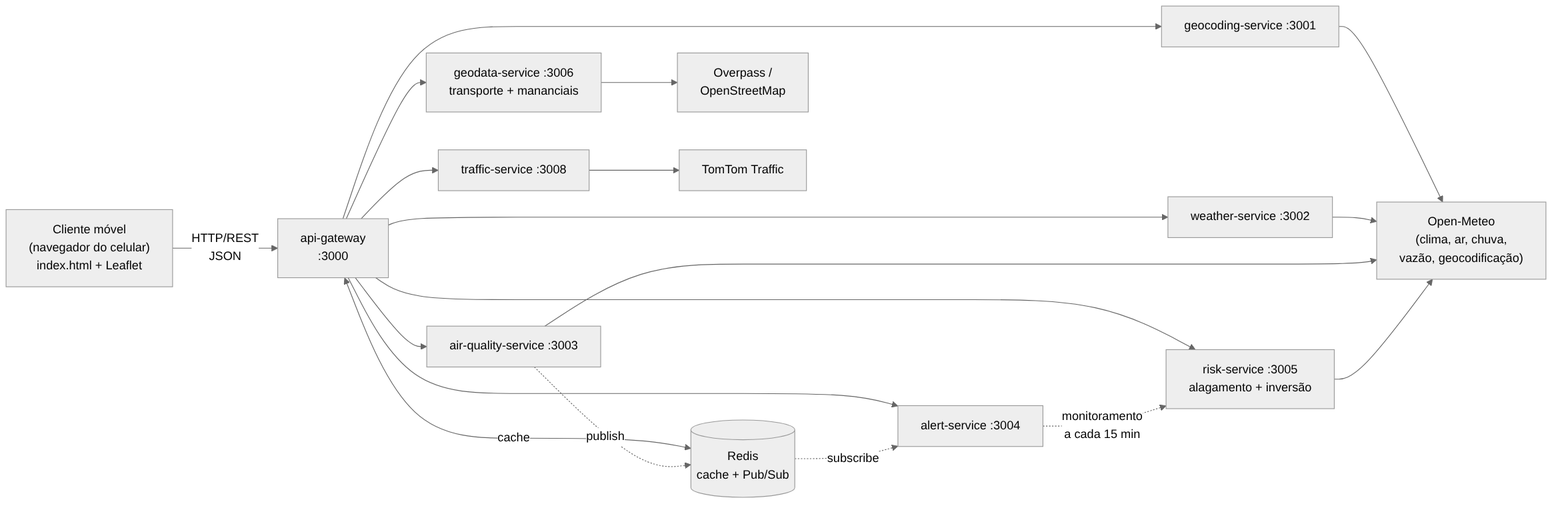
Earlier version of the Mermaid export docs/fonte/img/arq.png (OttavioBasques/APS). Its source is kept beside it as docs/fonte/img/arq.mmd. Its diagram source:
```mermaid
flowchart LR
    C["Cliente móvel<br/>(navegador do celular)<br/>index.html + Leaflet"] -->|"HTTP/REST<br/>JSON"| GW["api-gateway<br/>:3000"]
    GW --> GEO["geocoding-service :3001"]
    GW --> WEA["weather-service :3002"]
    GW --> AIR["air-quality-service :3003"]
    GW --> RISK["risk-service :3005<br/>alagamento + inversão"]
    GW --> GD["geodata-service :3006<br/>transporte + mananciais"]
    GW --> TRF["traffic-service :3008"]
    GW --> ALERT["alert-service :3004"]
    GW <-->|cache| REDIS[("Redis<br/>cache + Pub/Sub")]
    AIR -. "publish" .-> REDIS
    REDIS -. "subscribe" .-> ALERT
    ALERT -. "monitoramento<br/>a cada 15 min" .-> RISK
    GEO --> OM["Open-Meteo<br/>(clima, ar, chuva,<br/>vazão, geocodificação)"]
    WEA --> OM
    AIR --> OM
    RISK --> OM
    GD --> OSM["Overpass /<br/>OpenStreetMap"]
    TRF --> TT["TomTom Traffic"]
```
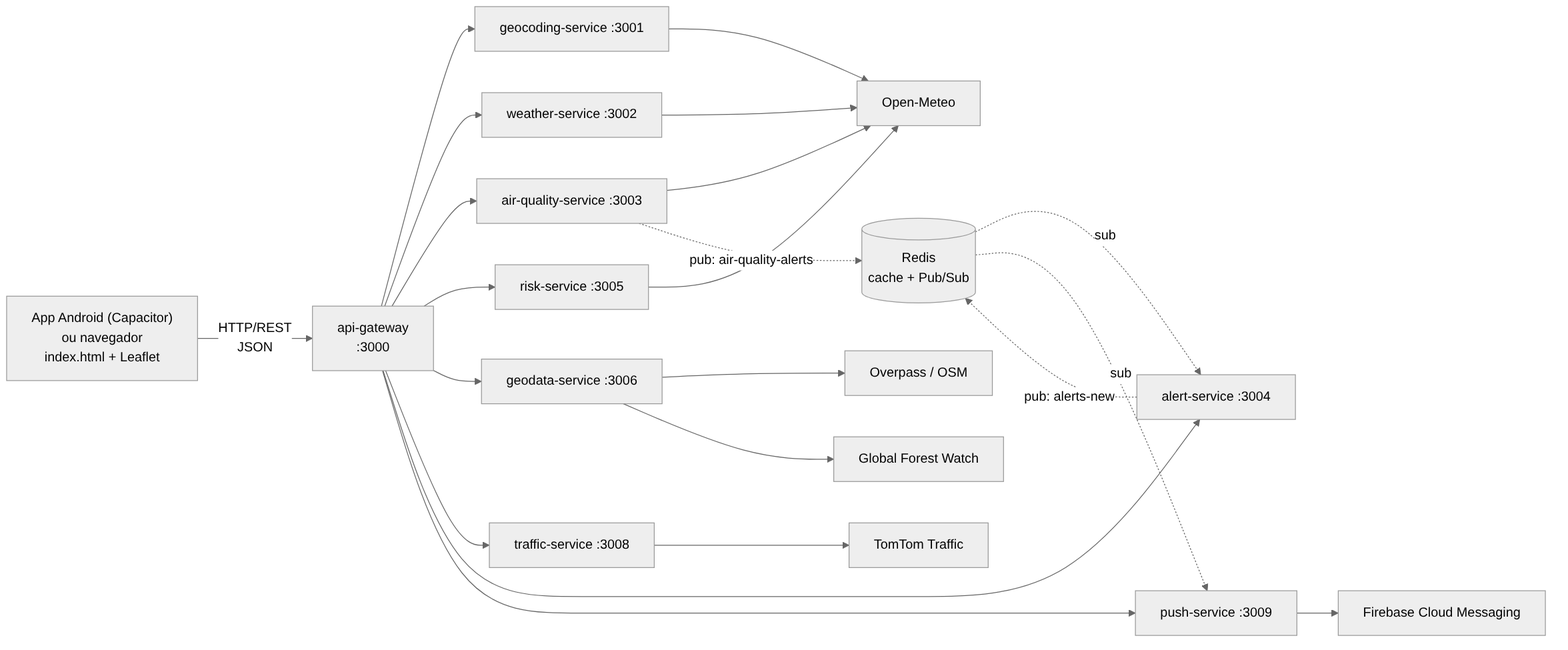
Above is the later version.

Change to the diagram source:
```diff
@@ -1,19 +1,22 @@
 flowchart LR
-    C["Cliente móvel<br/>(navegador do celular)<br/>index.html + Leaflet"] -->|"HTTP/REST<br/>JSON"| GW["api-gateway<br/>:3000"]
+    C["App Android (Capacitor)<br/>ou navegador<br/>index.html + Leaflet"] -->|"HTTP/REST<br/>JSON"| GW["api-gateway<br/>:3000"]
     GW --> GEO["geocoding-service :3001"]
     GW --> WEA["weather-service :3002"]
     GW --> AIR["air-quality-service :3003"]
-    GW --> RISK["risk-service :3005<br/>alagamento + inversão"]
-    GW --> GD["geodata-service :3006<br/>transporte + mananciais"]
+    GW --> RISK["risk-service :3005"]
+    GW --> GD["geodata-service :3006"]
     GW --> TRF["traffic-service :3008"]
     GW --> ALERT["alert-service :3004"]
-    GW <-->|cache| REDIS[("Redis<br/>cache + Pub/Sub")]
-    AIR -. "publish" .-> REDIS
-    REDIS -. "subscribe" .-> ALERT
-    ALERT -. "monitoramento<br/>a cada 15 min" .-> RISK
-    GEO --> OM["Open-Meteo<br/>(clima, ar, chuva,<br/>vazão, geocodificação)"]
+    GW --> PUSH["push-service :3009"]
+    GEO --> OM["Open-Meteo"]
     WEA --> OM
     AIR --> OM
     RISK --> OM
-    GD --> OSM["Overpass /<br/>OpenStreetMap"]
+    GD --> OSM["Overpass / OSM"]
+    GD --> GFW["Global Forest Watch"]
     TRF --> TT["TomTom Traffic"]
+    AIR -. "pub: air-quality-alerts" .-> REDIS[("Redis<br/>cache + Pub/Sub")]
+    REDIS -. "sub" .-> ALERT
+    ALERT -. "pub: alerts-new" .-> REDIS
+    REDIS -. "sub" .-> PUSH
+    PUSH --> FCM["Firebase Cloud Messaging"]
```
